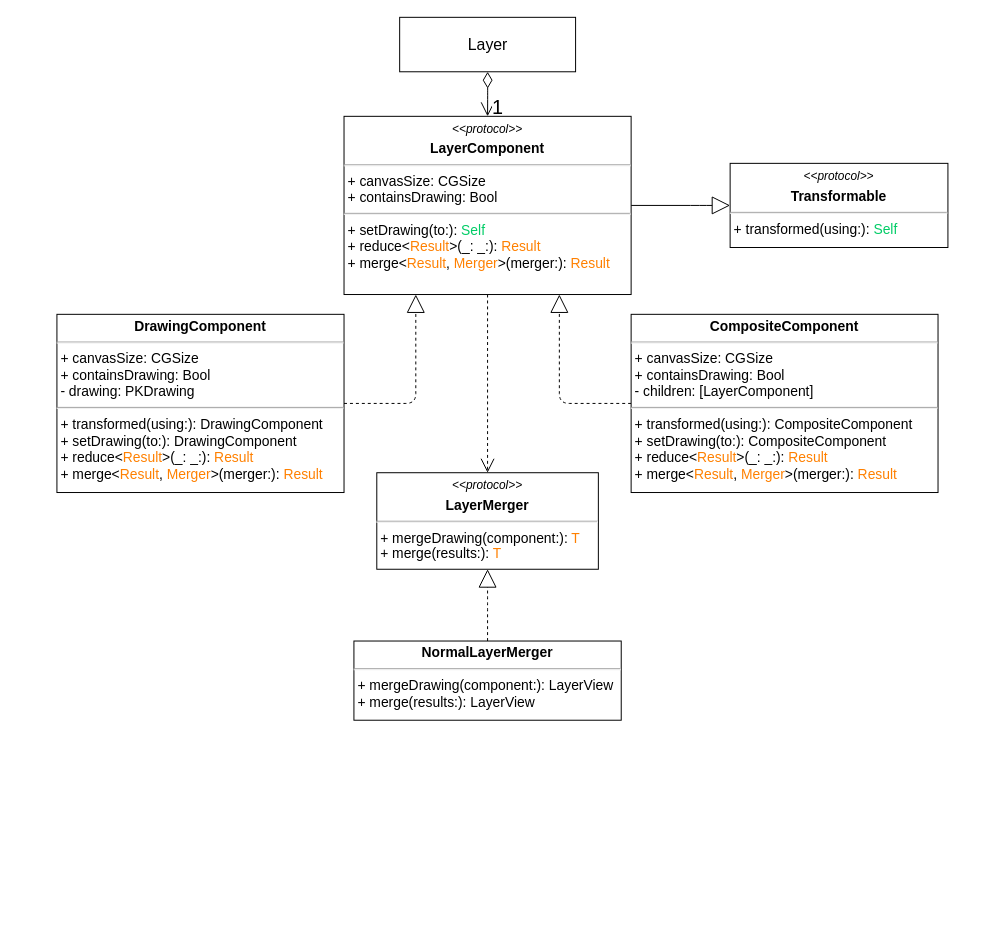
Before: diagrams/LayerDiagram.drawio in CS3217-Storyteller/storyteller-app, a draw.io diagram. Source tidied: cells renumbered, new cells numbered last; positions are measured from the earlier drawing's top-left corner, leaving out a move shared by most shapes. Both pictures are drawn from the tidied source at 99%, with x=0, y=0 at pixel (56, 17).
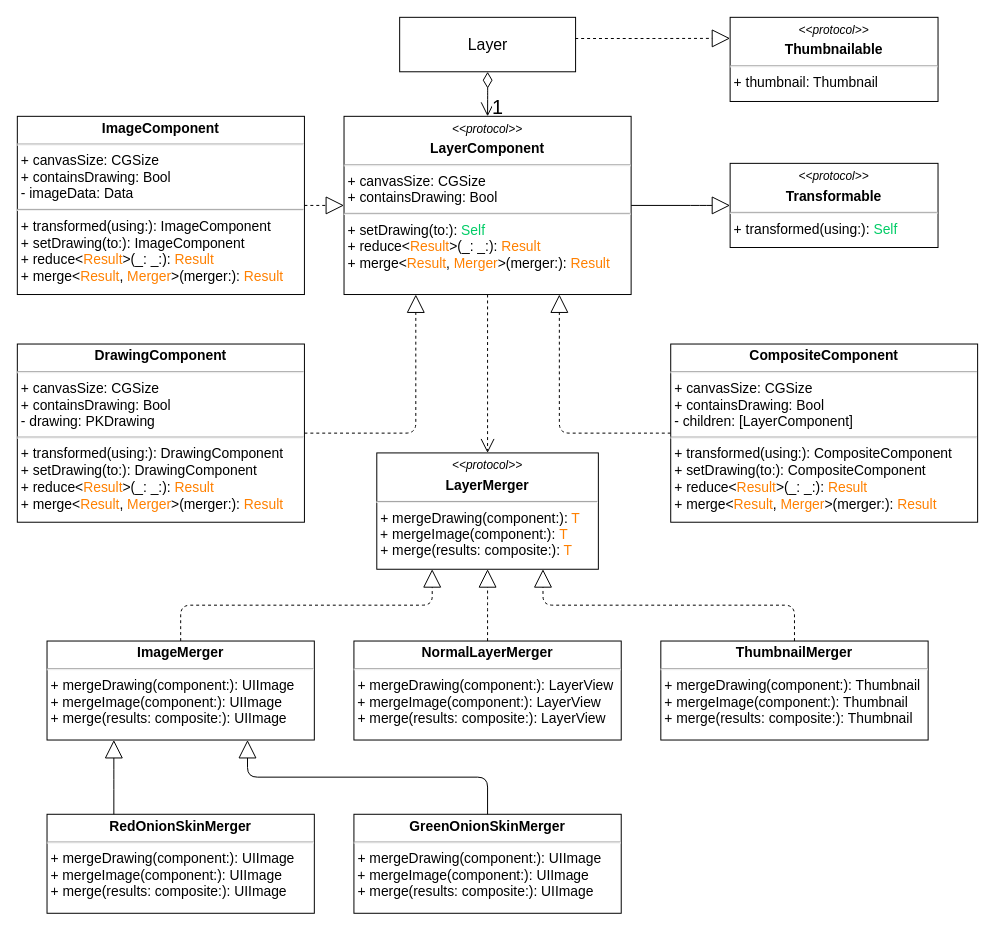
After the change.

Commit message (it also covers changes not shown here):
Update Layer and Model diagrams

The change refers to these unchanged cells:
```xml
<mxCell id="2" value="&lt;span style=&quot;font-size: 16px&quot;&gt;Layer&lt;/span&gt;" style="html=1;" parent="1" vertex="1">
  <mxGeometry x="346.2" width="177.7" height="55" as="geometry" />
</mxCell>
<mxCell id="11" value="&lt;p style=&quot;margin: 4px 0px 0px ; text-align: center ; font-size: 14px&quot;&gt;&lt;i style=&quot;font-size: 12px&quot;&gt;&amp;lt;&amp;lt;protocol&amp;gt;&amp;gt;&lt;/i&gt;&lt;b style=&quot;font-size: 14px&quot;&gt;&lt;br&gt;&lt;/b&gt;&lt;/p&gt;&lt;p style=&quot;margin: 4px 0px 0px ; text-align: center ; font-size: 14px&quot;&gt;&lt;b style=&quot;font-size: 14px&quot;&gt;LayerComponent&lt;/b&gt;&lt;/p&gt;&lt;hr style=&quot;font-size: 14px&quot;&gt;&lt;p style=&quot;margin: 0px 0px 0px 4px ; font-size: 14px&quot;&gt;+ canvasSize: CGSize&lt;/p&gt;&lt;p style=&quot;margin: 0px 0px 0px 4px ; font-size: 14px&quot;&gt;+ containsDrawing: Bool&lt;/p&gt;&lt;hr style=&quot;font-size: 14px&quot;&gt;&lt;p style=&quot;margin: 0px 0px 0px 4px ; font-size: 14px&quot;&gt;+ setDrawing(to:): &lt;font color=&quot;#00cc66&quot;&gt;Self&lt;/font&gt;&lt;/p&gt;&lt;p style=&quot;margin: 0px 0px 0px 4px&quot;&gt;+ reduce&amp;lt;&lt;font color=&quot;#ff8000&quot;&gt;Result&lt;/font&gt;&amp;gt;(_: _:):&amp;nbsp;&lt;font color=&quot;#ff8000&quot;&gt;Result&lt;/font&gt;&lt;/p&gt;&lt;p style=&quot;margin: 0px 0px 0px 4px&quot;&gt;+&amp;nbsp;merge&amp;lt;&lt;font color=&quot;#ff8000&quot;&gt;Result&lt;/font&gt;,&amp;nbsp;&lt;font color=&quot;#ff8000&quot;&gt;Merger&lt;/font&gt;&amp;gt;(merger:):&amp;nbsp;&lt;font color=&quot;#ff8000&quot;&gt;Result&lt;/font&gt;&lt;/p&gt;" style="verticalAlign=top;align=left;overflow=fill;fontSize=14;fontFamily=Helvetica;html=1;" parent="1" vertex="1">
  <mxGeometry x="290" y="100" width="290" height="180" as="geometry" />
</mxCell>
```

The edit, as a diff of the source:
```diff
@@
     <mxCell id="3" style="endArrow=open;html=1;endSize=12;startArrow=diamondThin;startSize=14;startFill=0;edgeStyle=orthogonalEdgeStyle;align=left;verticalAlign=bottom;exitX=0.5;exitY=1;exitDx=0;exitDy=0;entryX=0.5;entryY=0;entryDx=0;entryDy=0;" parent="1" edge="1" source="2" target="11">
-      <mxGeometry x="575.9" y="-891" as="geometry" />
+      <mxGeometry x="695.9" y="-871" as="geometry" />
     </mxCell>
@@
     <mxCell id="5" style="endArrow=block;endSize=16;endFill=0;html=1;fontSize=15;exitX=0;exitY=0.5;exitDx=0;exitDy=0;entryX=0.75;entryY=1;entryDx=0;entryDy=0;edgeStyle=orthogonalEdgeStyle;dashed=1;" parent="1" edge="1" source="12" target="11">
       <mxGeometry relative="1" as="geometry">
         <Array as="points">
-          <mxPoint x="508" y="390" />
+          <mxPoint x="508" y="420" />
         </Array>
       </mxGeometry>
     </mxCell>
@@
     <mxCell id="10" value="&lt;p style=&quot;margin: 4px 0px 0px ; text-align: center ; font-size: 14px&quot;&gt;&lt;b style=&quot;font-size: 14px&quot;&gt;DrawingComponent&lt;/b&gt;&lt;/p&gt;&lt;hr style=&quot;font-size: 14px&quot;&gt;&lt;p style=&quot;margin: 0px 0px 0px 4px ; font-size: 14px&quot;&gt;+ canvasSize: CGSize&lt;/p&gt;&lt;p style=&quot;margin: 0px 0px 0px 4px ; font-size: 14px&quot;&gt;+ containsDrawing: Bool&lt;/p&gt;&lt;p style=&quot;margin: 0px 0px 0px 4px ; font-size: 14px&quot;&gt;-&amp;nbsp;drawing: PKDrawing&amp;nbsp;&lt;/p&gt;&lt;hr style=&quot;font-size: 14px&quot;&gt;&lt;p style=&quot;margin: 0px 0px 0px 4px ; font-size: 14px&quot;&gt;+ transformed(using:): DrawingComponent&lt;br&gt;&lt;/p&gt;&lt;p style=&quot;margin: 0px 0px 0px 4px ; font-size: 14px&quot;&gt;+ setDrawing(to:): DrawingComponent&lt;/p&gt;&lt;p style=&quot;margin: 0px 0px 0px 4px ; font-size: 14px&quot;&gt;+ reduce&amp;lt;&lt;font color=&quot;#ff8000&quot;&gt;Result&lt;/font&gt;&amp;gt;(_: _:): &lt;font color=&quot;#ff8000&quot;&gt;Result&lt;/font&gt;&lt;/p&gt;&lt;p style=&quot;margin: 0px 0px 0px 4px ; font-size: 14px&quot;&gt;+&amp;nbsp;merge&amp;lt;&lt;font color=&quot;#ff8000&quot;&gt;Result&lt;/font&gt;, &lt;font color=&quot;#ff8000&quot;&gt;Merger&lt;/font&gt;&amp;gt;(merger:): &lt;font color=&quot;#ff8000&quot;&gt;Result&lt;/font&gt;&lt;/p&gt;" style="verticalAlign=top;align=left;overflow=fill;fontSize=14;fontFamily=Helvetica;html=1;" parent="1" vertex="1">
-      <mxGeometry y="300" width="290" height="180" as="geometry" />
+      <mxGeometry x="-40" y="330" width="290" height="180" as="geometry" />
     </mxCell>
@@
     <mxCell id="12" value="&lt;p style=&quot;margin: 4px 0px 0px ; text-align: center ; font-size: 14px&quot;&gt;&lt;b style=&quot;font-size: 14px&quot;&gt;CompositeComponent&lt;/b&gt;&lt;/p&gt;&lt;hr style=&quot;font-size: 14px&quot;&gt;&lt;p style=&quot;margin: 0px 0px 0px 4px ; font-size: 14px&quot;&gt;+ canvasSize: CGSize&lt;/p&gt;&lt;p style=&quot;margin: 0px 0px 0px 4px ; font-size: 14px&quot;&gt;+&amp;nbsp;containsDrawing: Bool&lt;/p&gt;&lt;p style=&quot;margin: 0px 0px 0px 4px ; font-size: 14px&quot;&gt;-&amp;nbsp;children: [LayerComponent]&amp;nbsp;&lt;/p&gt;&lt;hr style=&quot;font-size: 14px&quot;&gt;&lt;p style=&quot;margin: 0px 0px 0px 4px ; font-size: 14px&quot;&gt;+ transformed(using:):&amp;nbsp;CompositeComponent&lt;br&gt;&lt;/p&gt;&lt;p style=&quot;margin: 0px 0px 0px 4px ; font-size: 14px&quot;&gt;+ setDrawing(to:): CompositeComponent&lt;/p&gt;&lt;p style=&quot;margin: 0px 0px 0px 4px ; font-size: 14px&quot;&gt;+ reduce&amp;lt;&lt;font color=&quot;#ff8000&quot;&gt;Result&lt;/font&gt;&amp;gt;(_: _:): &lt;font color=&quot;#ff8000&quot;&gt;Result&lt;/font&gt;&lt;/p&gt;&lt;p style=&quot;margin: 0px 0px 0px 4px ; font-size: 14px&quot;&gt;+&amp;nbsp;merge&amp;lt;&lt;font color=&quot;#ff8000&quot;&gt;Result&lt;/font&gt;, &lt;font color=&quot;#ff8000&quot;&gt;Merger&lt;/font&gt;&amp;gt;(merger:): &lt;font color=&quot;#ff8000&quot;&gt;Result&lt;/font&gt;&lt;/p&gt;" style="verticalAlign=top;align=left;overflow=fill;fontSize=14;fontFamily=Helvetica;html=1;" parent="1" vertex="1">
-      <mxGeometry x="580" y="300" width="310" height="180" as="geometry" />
+      <mxGeometry x="620" y="330" width="310" height="180" as="geometry" />
     </mxCell>
     <mxCell id="13" value="&lt;p style=&quot;margin: 4px 0px 0px ; text-align: center ; font-size: 14px&quot;&gt;&lt;i style=&quot;font-size: 12px&quot;&gt;&amp;lt;&amp;lt;protocol&amp;gt;&amp;gt;&lt;/i&gt;&lt;b style=&quot;font-size: 14px&quot;&gt;&lt;br&gt;&lt;/b&gt;&lt;/p&gt;&lt;p style=&quot;margin: 4px 0px 0px ; text-align: center ; font-size: 14px&quot;&gt;&lt;b style=&quot;font-size: 14px&quot;&gt;Transformable&lt;/b&gt;&lt;/p&gt;&lt;hr style=&quot;font-size: 14px&quot;&gt;&lt;p style=&quot;margin: 0px 0px 0px 4px ; font-size: 14px&quot;&gt;+ transformed(using:): &lt;font color=&quot;#00cc66&quot;&gt;Self&lt;/font&gt;&lt;/p&gt;" style="verticalAlign=top;align=left;overflow=fill;fontSize=14;fontFamily=Helvetica;html=1;" parent="1" vertex="1">
-      <mxGeometry x="680" y="147.5" width="220" height="85" as="geometry" />
+      <mxGeometry x="680" y="147.5" width="210" height="85" as="geometry" />
     </mxCell>
-    <mxCell id="14" value="&lt;p style=&quot;margin: 4px 0px 0px ; text-align: center ; font-size: 14px&quot;&gt;&lt;i style=&quot;font-size: 12px&quot;&gt;&amp;lt;&amp;lt;protocol&amp;gt;&amp;gt;&lt;/i&gt;&lt;b style=&quot;font-size: 14px&quot;&gt;&lt;br&gt;&lt;/b&gt;&lt;/p&gt;&lt;p style=&quot;margin: 4px 0px 0px ; text-align: center&quot;&gt;&lt;b&gt;LayerMerger&lt;/b&gt;&lt;/p&gt;&lt;hr style=&quot;font-size: 14px&quot;&gt;&lt;p style=&quot;margin: 0px 0px 0px 4px ; font-size: 14px&quot;&gt;+ mergeDrawing(component:): &lt;font color=&quot;#ff8000&quot;&gt;T&lt;/font&gt;&lt;/p&gt;&lt;p style=&quot;margin: 0px 0px 0px 4px ; font-size: 14px&quot;&gt;+ merge(results:): &lt;font color=&quot;#ff8000&quot;&gt;T&lt;/font&gt;&lt;/p&gt;" style="verticalAlign=top;align=left;overflow=fill;fontSize=14;fontFamily=Helvetica;html=1;" parent="1" vertex="1">
-      <mxGeometry x="323.1" y="460" width="223.8" height="97.5" as="geometry" />
+    <mxCell id="14" value="&lt;p style=&quot;margin: 4px 0px 0px ; text-align: center ; font-size: 14px&quot;&gt;&lt;i style=&quot;font-size: 12px&quot;&gt;&amp;lt;&amp;lt;protocol&amp;gt;&amp;gt;&lt;/i&gt;&lt;b style=&quot;font-size: 14px&quot;&gt;&lt;br&gt;&lt;/b&gt;&lt;/p&gt;&lt;p style=&quot;margin: 4px 0px 0px ; text-align: center&quot;&gt;&lt;b&gt;LayerMerger&lt;/b&gt;&lt;/p&gt;&lt;hr style=&quot;font-size: 14px&quot;&gt;&lt;p style=&quot;margin: 0px 0px 0px 4px ; font-size: 14px&quot;&gt;+ mergeDrawing(component:): &lt;font color=&quot;#ff8000&quot;&gt;T&lt;/font&gt;&lt;/p&gt;&amp;nbsp;+ mergeImage(component:):&amp;nbsp;&lt;font color=&quot;#ff8000&quot;&gt;T&lt;/font&gt;&lt;p style=&quot;margin: 0px 0px 0px 4px ; font-size: 14px&quot;&gt;+ merge(results: composite:): &lt;font color=&quot;#ff8000&quot;&gt;T&lt;/font&gt;&lt;/p&gt;" style="verticalAlign=top;align=left;overflow=fill;fontSize=14;fontFamily=Helvetica;html=1;" parent="1" vertex="1">
+      <mxGeometry x="323.1" y="440" width="223.8" height="117.5" as="geometry" />
     </mxCell>
-    <mxCell id="15" value="&lt;p style=&quot;margin: 4px 0px 0px ; text-align: center&quot;&gt;&lt;b&gt;NormalLayerMerger&lt;/b&gt;&lt;/p&gt;&lt;hr style=&quot;font-size: 14px&quot;&gt;&lt;p style=&quot;margin: 0px 0px 0px 4px ; font-size: 14px&quot;&gt;&lt;span&gt;+ mergeDrawing(component:): LayerView&lt;/span&gt;&lt;/p&gt;&lt;p style=&quot;margin: 0px 0px 0px 4px&quot;&gt;+ merge(results:): LayerView&lt;/p&gt;" style="verticalAlign=top;align=left;overflow=fill;fontSize=14;fontFamily=Helvetica;html=1;" parent="1" vertex="1">
-      <mxGeometry x="300" y="630" width="270" height="80" as="geometry" />
+    <mxCell id="15" value="&lt;p style=&quot;margin: 4px 0px 0px ; text-align: center&quot;&gt;&lt;b&gt;NormalLayerMerger&lt;/b&gt;&lt;/p&gt;&lt;hr style=&quot;font-size: 14px&quot;&gt;&lt;p style=&quot;margin: 0px 0px 0px 4px ; font-size: 14px&quot;&gt;&lt;span&gt;+ mergeDrawing(component:): LayerView&lt;/span&gt;&lt;/p&gt;&amp;nbsp;+ mergeImage(component:): LayerView&lt;p style=&quot;margin: 0px 0px 0px 4px&quot;&gt;+ merge(results: composite:): LayerView&lt;/p&gt;" style="verticalAlign=top;align=left;overflow=fill;fontSize=14;fontFamily=Helvetica;html=1;" parent="1" vertex="1">
+      <mxGeometry x="300" y="630" width="270" height="100" as="geometry" />
     </mxCell>
+    <mxCell id="16" value="&lt;p style=&quot;margin: 4px 0px 0px ; text-align: center&quot;&gt;&lt;b&gt;ThumbnailMerger&lt;/b&gt;&lt;/p&gt;&lt;hr style=&quot;font-size: 14px&quot;&gt;&lt;p style=&quot;margin: 0px 0px 0px 4px ; font-size: 14px&quot;&gt;&lt;span&gt;+ mergeDrawing(component:): Thumbnail&lt;/span&gt;&lt;/p&gt;&amp;nbsp;+ mergeImage(component:): Thumbnail&lt;p style=&quot;margin: 0px 0px 0px 4px&quot;&gt;+ merge(results: composite:): Thumbnail&lt;/p&gt;" style="verticalAlign=top;align=left;overflow=fill;fontSize=14;fontFamily=Helvetica;html=1;" parent="1" vertex="1">
+      <mxGeometry x="610" y="630" width="270" height="100" as="geometry" />
+    </mxCell>
+    <mxCell id="17" style="endArrow=block;endSize=16;endFill=0;html=1;fontSize=15;entryX=0.75;entryY=1;entryDx=0;entryDy=0;edgeStyle=orthogonalEdgeStyle;dashed=1;exitX=0.5;exitY=0;exitDx=0;exitDy=0;" parent="1" edge="1" source="16" target="14">
+      <mxGeometry relative="1" as="geometry" />
+    </mxCell>
+    <mxCell id="18" value="&lt;p style=&quot;margin: 4px 0px 0px ; text-align: center&quot;&gt;&lt;b&gt;ImageMerger&lt;/b&gt;&lt;/p&gt;&lt;hr style=&quot;font-size: 14px&quot;&gt;&lt;p style=&quot;margin: 0px 0px 0px 4px ; font-size: 14px&quot;&gt;&lt;span&gt;+ mergeDrawing(component:): UIImage&lt;/span&gt;&lt;/p&gt;&amp;nbsp;+ mergeImage(component:): UIImage&lt;p style=&quot;margin: 0px 0px 0px 4px&quot;&gt;+ merge(results: composite:): UIImage&lt;/p&gt;" style="verticalAlign=top;align=left;overflow=fill;fontSize=14;fontFamily=Helvetica;html=1;" parent="1" vertex="1">
+      <mxGeometry x="-10" y="630" width="270" height="100" as="geometry" />
+    </mxCell>
+    <mxCell id="19" style="endArrow=block;endSize=16;endFill=0;html=1;fontSize=15;entryX=0.25;entryY=1;entryDx=0;entryDy=0;edgeStyle=orthogonalEdgeStyle;dashed=1;exitX=0.5;exitY=0;exitDx=0;exitDy=0;" parent="1" edge="1" source="18" target="14">
+      <mxGeometry relative="1" as="geometry" />
+    </mxCell>
+    <mxCell id="20" value="&lt;p style=&quot;margin: 4px 0px 0px ; text-align: center&quot;&gt;&lt;b&gt;RedOnionSkinMerger&lt;/b&gt;&lt;/p&gt;&lt;hr style=&quot;font-size: 14px&quot;&gt;&lt;p style=&quot;margin: 0px 0px 0px 4px ; font-size: 14px&quot;&gt;&lt;span&gt;+ mergeDrawing(component:): UIImage&lt;/span&gt;&lt;/p&gt;&amp;nbsp;+ mergeImage(component:): UIImage&lt;p style=&quot;margin: 0px 0px 0px 4px&quot;&gt;+ merge(results: composite:): UIImage&lt;/p&gt;" style="verticalAlign=top;align=left;overflow=fill;fontSize=14;fontFamily=Helvetica;html=1;" parent="1" vertex="1">
+      <mxGeometry x="-10" y="805" width="270" height="100" as="geometry" />
+    </mxCell>
+    <mxCell id="21" value="&lt;p style=&quot;margin: 4px 0px 0px ; text-align: center&quot;&gt;&lt;b&gt;GreenOnionSkinMerger&lt;/b&gt;&lt;/p&gt;&lt;hr style=&quot;font-size: 14px&quot;&gt;&lt;p style=&quot;margin: 0px 0px 0px 4px ; font-size: 14px&quot;&gt;&lt;span&gt;+ mergeDrawing(component:): UIImage&lt;/span&gt;&lt;/p&gt;&amp;nbsp;+ mergeImage(component:): UIImage&lt;p style=&quot;margin: 0px 0px 0px 4px&quot;&gt;+ merge(results: composite:): UIImage&lt;/p&gt;" style="verticalAlign=top;align=left;overflow=fill;fontSize=14;fontFamily=Helvetica;html=1;" parent="1" vertex="1">
+      <mxGeometry x="300" y="805" width="270" height="100" as="geometry" />
+    </mxCell>
+    <mxCell id="22" style="endArrow=block;endSize=16;endFill=0;html=1;fontSize=15;exitX=0.25;exitY=0;exitDx=0;exitDy=0;entryX=0.25;entryY=1;entryDx=0;entryDy=0;edgeStyle=orthogonalEdgeStyle;" parent="1" edge="1" source="20" target="18">
+      <mxGeometry relative="1" as="geometry">
+        <Array as="points">
+          <mxPoint x="58" y="770" />
+          <mxPoint x="58" y="770" />
+        </Array>
+      </mxGeometry>
+    </mxCell>
+    <mxCell id="23" style="endArrow=block;endSize=16;endFill=0;html=1;fontSize=15;entryX=0.75;entryY=1;entryDx=0;entryDy=0;edgeStyle=orthogonalEdgeStyle;exitX=0.5;exitY=0;exitDx=0;exitDy=0;" parent="1" edge="1" source="21" target="18">
+      <mxGeometry relative="1" as="geometry" />
+    </mxCell>
+    <mxCell id="24" value="&lt;p style=&quot;margin: 4px 0px 0px ; text-align: center ; font-size: 14px&quot;&gt;&lt;b style=&quot;font-size: 14px&quot;&gt;ImageComponent&lt;/b&gt;&lt;/p&gt;&lt;hr style=&quot;font-size: 14px&quot;&gt;&lt;p style=&quot;margin: 0px 0px 0px 4px ; font-size: 14px&quot;&gt;+ canvasSize: CGSize&lt;/p&gt;&lt;p style=&quot;margin: 0px 0px 0px 4px ; font-size: 14px&quot;&gt;+ containsDrawing: Bool&lt;/p&gt;&lt;p style=&quot;margin: 0px 0px 0px 4px ; font-size: 14px&quot;&gt;-&amp;nbsp;imageData: Data&amp;nbsp;&lt;/p&gt;&lt;hr style=&quot;font-size: 14px&quot;&gt;&lt;p style=&quot;margin: 0px 0px 0px 4px ; font-size: 14px&quot;&gt;+ transformed(using:): ImageComponent&lt;br&gt;&lt;/p&gt;&lt;p style=&quot;margin: 0px 0px 0px 4px ; font-size: 14px&quot;&gt;+ setDrawing(to:): ImageComponent&lt;/p&gt;&lt;p style=&quot;margin: 0px 0px 0px 4px ; font-size: 14px&quot;&gt;+ reduce&amp;lt;&lt;font color=&quot;#ff8000&quot;&gt;Result&lt;/font&gt;&amp;gt;(_: _:): &lt;font color=&quot;#ff8000&quot;&gt;Result&lt;/font&gt;&lt;/p&gt;&lt;p style=&quot;margin: 0px 0px 0px 4px ; font-size: 14px&quot;&gt;+&amp;nbsp;merge&amp;lt;&lt;font color=&quot;#ff8000&quot;&gt;Result&lt;/font&gt;, &lt;font color=&quot;#ff8000&quot;&gt;Merger&lt;/font&gt;&amp;gt;(merger:): &lt;font color=&quot;#ff8000&quot;&gt;Result&lt;/font&gt;&lt;/p&gt;" style="verticalAlign=top;align=left;overflow=fill;fontSize=14;fontFamily=Helvetica;html=1;" parent="1" vertex="1">
+      <mxGeometry x="-40" y="100" width="290" height="180" as="geometry" />
+    </mxCell>
+    <mxCell id="25" style="endArrow=block;endSize=16;endFill=0;html=1;fontSize=15;exitX=1;exitY=0.5;exitDx=0;exitDy=0;entryX=0;entryY=0.5;entryDx=0;entryDy=0;edgeStyle=orthogonalEdgeStyle;dashed=1;" parent="1" edge="1" source="24" target="11">
+      <mxGeometry relative="1" as="geometry" />
+    </mxCell>
+    <mxCell id="26" value="&lt;p style=&quot;margin: 4px 0px 0px ; text-align: center ; font-size: 14px&quot;&gt;&lt;i style=&quot;font-size: 12px&quot;&gt;&amp;lt;&amp;lt;protocol&amp;gt;&amp;gt;&lt;/i&gt;&lt;b style=&quot;font-size: 14px&quot;&gt;&lt;br&gt;&lt;/b&gt;&lt;/p&gt;&lt;p style=&quot;margin: 4px 0px 0px ; text-align: center ; font-size: 14px&quot;&gt;&lt;b style=&quot;font-size: 14px&quot;&gt;Thumbnailable&lt;/b&gt;&lt;/p&gt;&lt;hr style=&quot;font-size: 14px&quot;&gt;&lt;p style=&quot;margin: 0px 0px 0px 4px ; font-size: 14px&quot;&gt;+ thumbnail: Thumbnail&lt;/p&gt;" style="verticalAlign=top;align=left;overflow=fill;fontSize=14;fontFamily=Helvetica;html=1;" parent="1" vertex="1">
+      <mxGeometry x="680" width="210" height="85" as="geometry" />
+    </mxCell>
+    <mxCell id="27" style="endArrow=block;endSize=16;endFill=0;html=1;fontSize=15;entryX=0;entryY=0.25;entryDx=0;entryDy=0;edgeStyle=orthogonalEdgeStyle;dashed=1;exitX=0.998;exitY=0.389;exitDx=0;exitDy=0;exitPerimeter=0;" parent="1" edge="1" source="2" target="26">
+      <mxGeometry relative="1" as="geometry" />
+    </mxCell>
```
